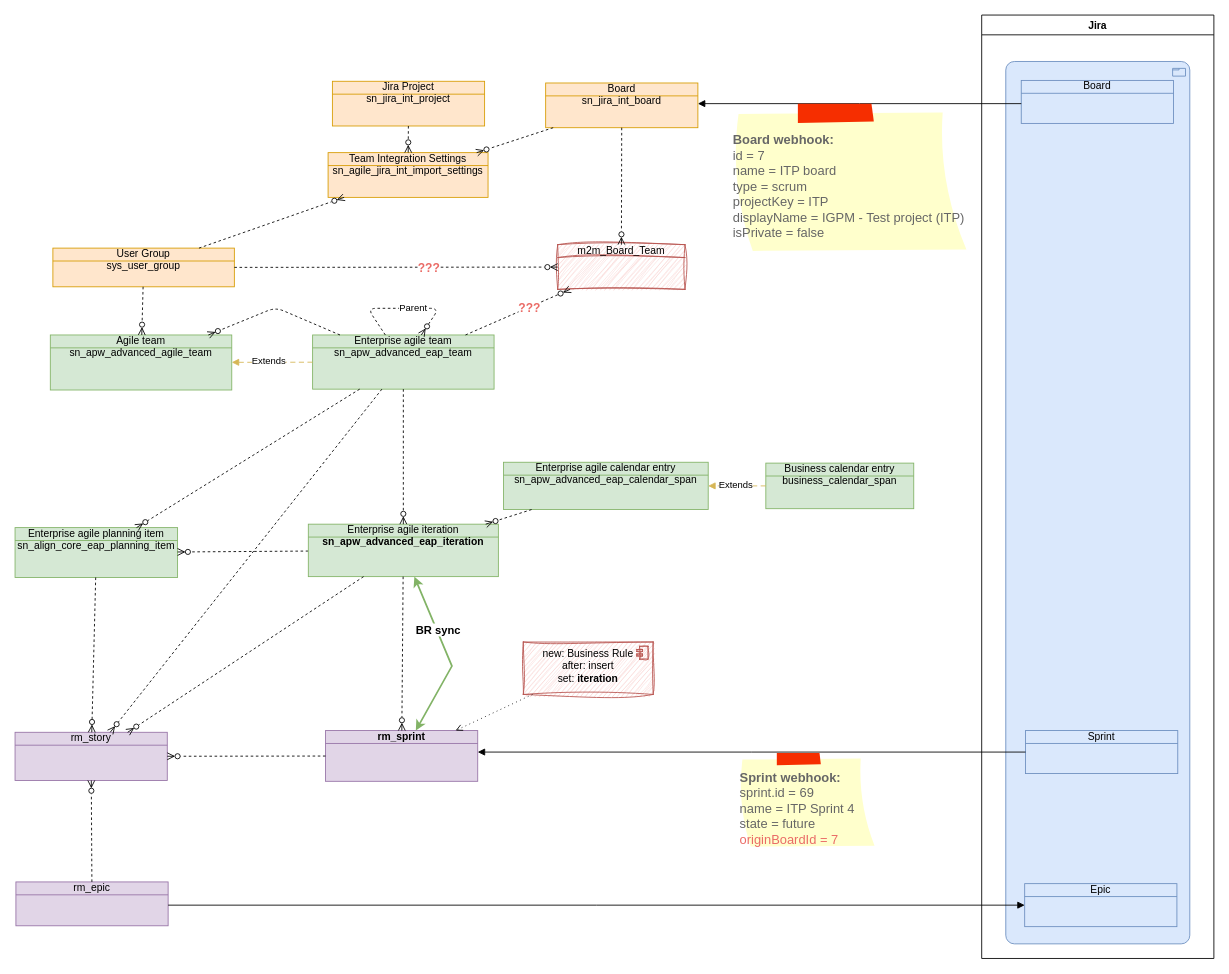
The draw.io diagram BoschEAP.drawio in algimas/tmp, before the edit. Source tidied: cells renumbered, new cells numbered last; positions are measured from the earlier drawing's top-left corner, leaving out a move shared by most shapes. Both pictures are drawn from the tidied source at 86%, with x=0, y=0 at pixel (15, 15).
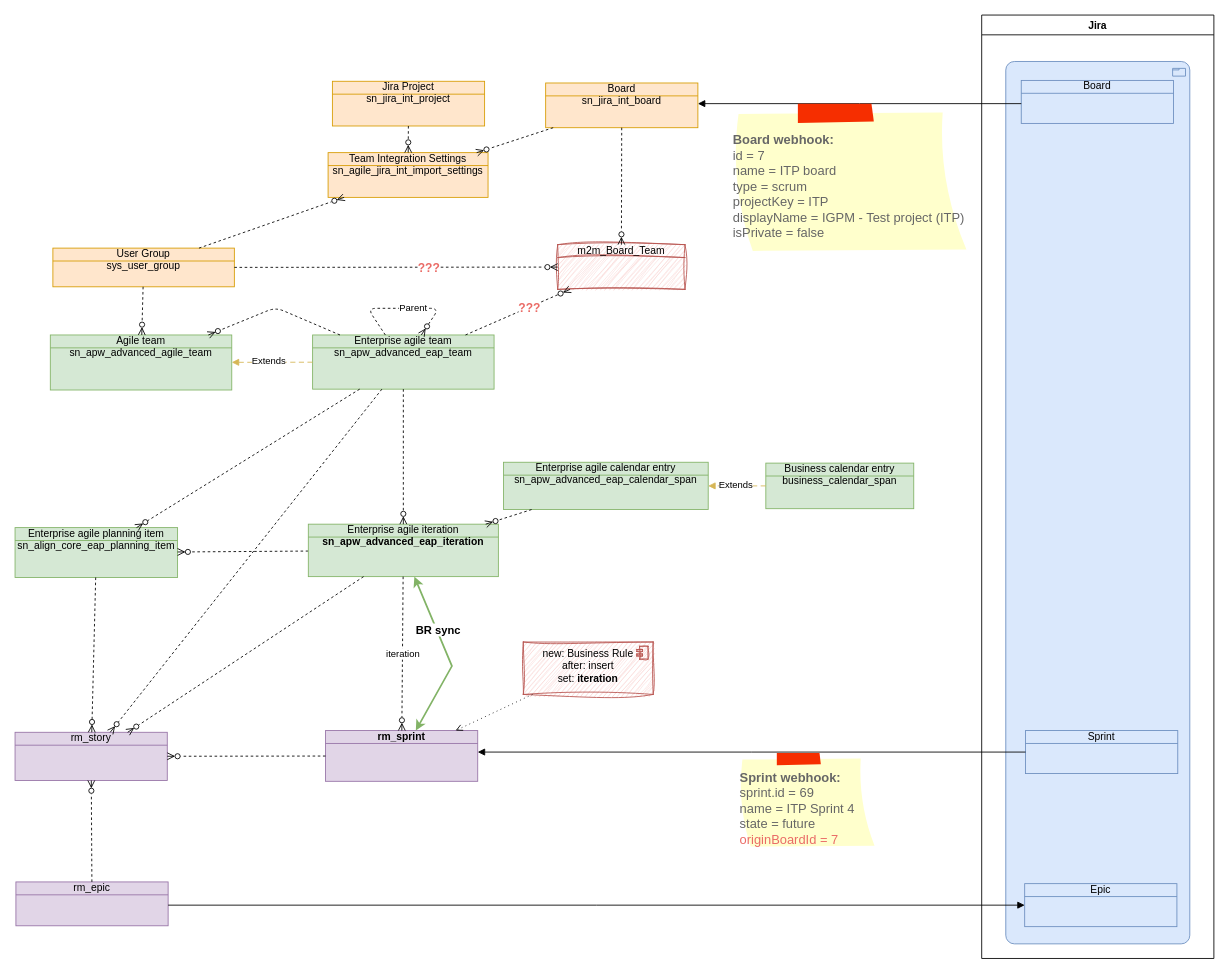
After the change.

Unchanged cells that the change refers to:
```xml
<mxCell id="14" style="html=1;dashed=1;labelBackgroundColor=none;startArrow=none;endArrow=ERzeroToMany;fontFamily=Verdana;fontSize=12;align=left;startFill=0;endFill=0;" parent="1" edge="1" source="6" target="2">
  <mxGeometry relative="1" as="geometry" />
</mxCell>
```

Diff of the diagram source:
```diff
@@
+    <mxCell id="56" value="iteration" style="edgeLabel;html=1;align=center;verticalAlign=middle;" parent="14" vertex="1">
+      <mxGeometry x="0.01" relative="1" as="geometry" />
+    </mxCell>
```
